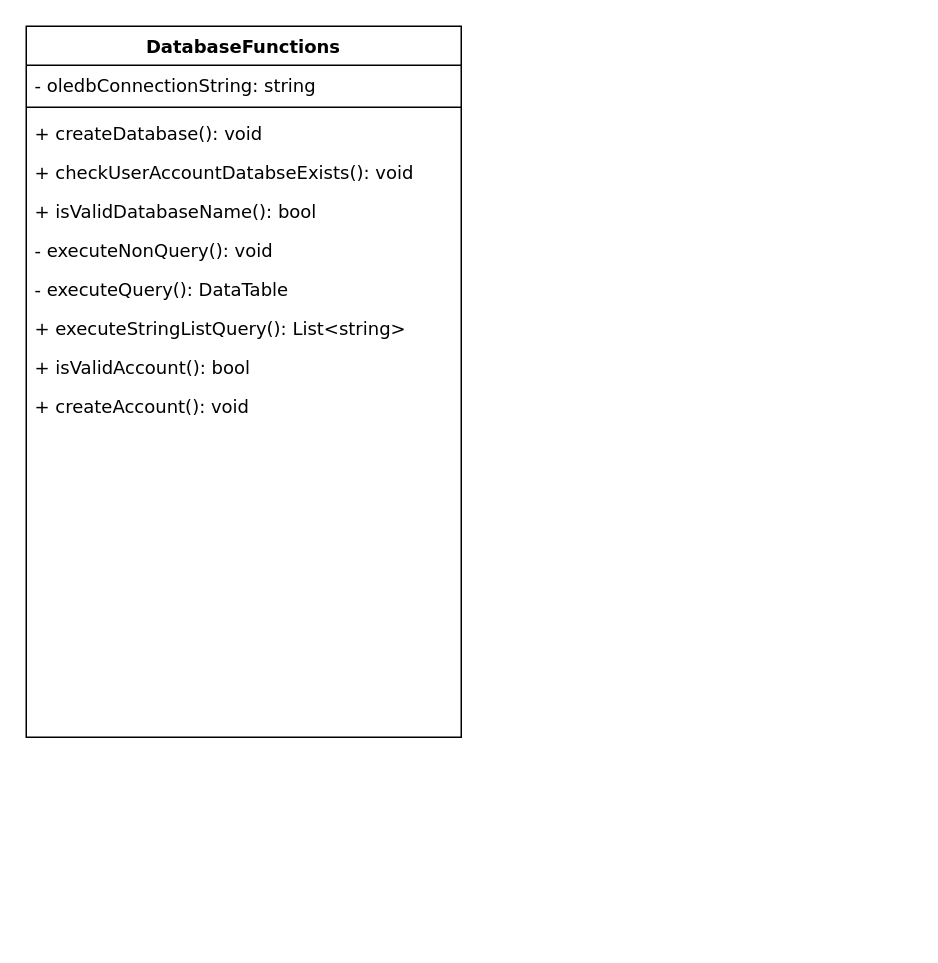
Before: UMLClassDiagram.drawio in Senacen/Critical-Path-Project-Manager-NEA-MS-Access, a draw.io diagram. Source tidied: cells renumbered, new cells numbered last; positions are measured from the earlier drawing's top-left corner, leaving out a move shared by most shapes. Both pictures are drawn from the tidied source at 150%, with x=0, y=0 at pixel (26, 26).
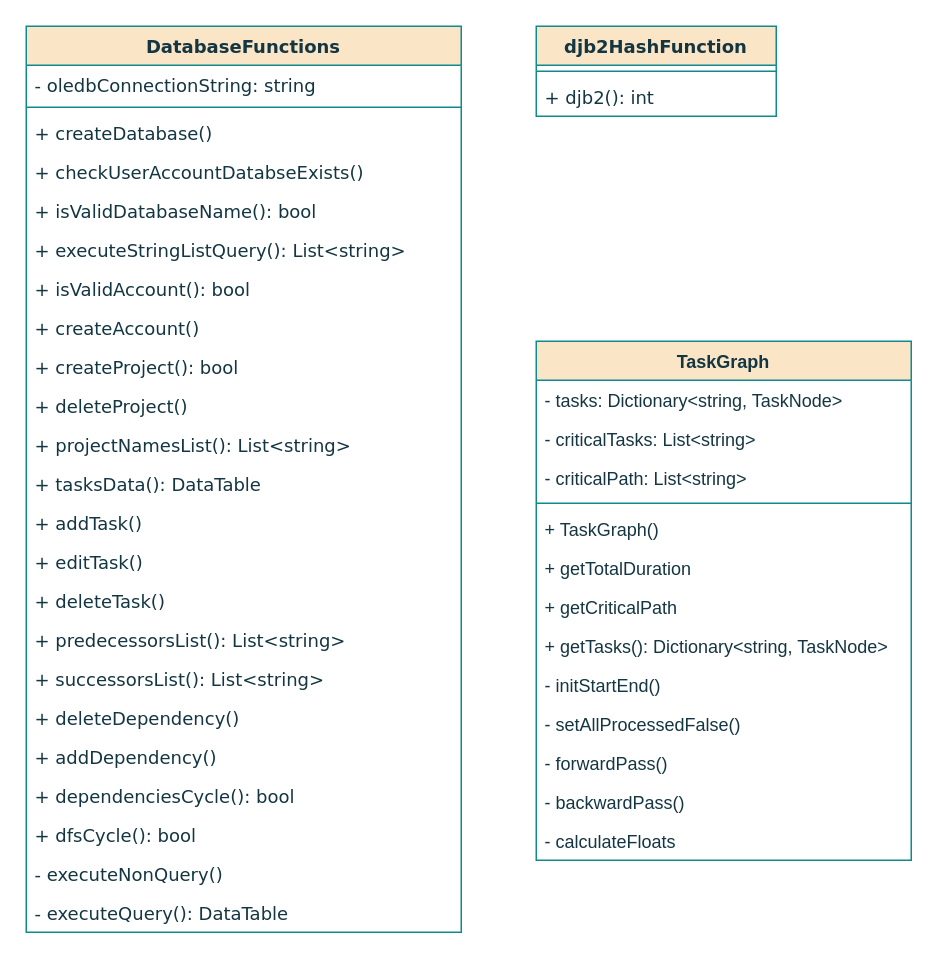
Above is the later version.

What changed in the source:
```diff
@@
-    <mxCell id="2" value="DatabaseFunctions" style="swimlane;fontStyle=1;align=center;verticalAlign=top;horizontal=1;startSize=26;whiteSpace=wrap;html=1;fontFamily=Verdana;" parent="1" vertex="1">
-      <mxGeometry width="290" height="474" as="geometry" />
+    <mxCell id="2" value="DatabaseFunctions" style="swimlane;fontStyle=1;align=center;verticalAlign=top;horizontal=1;startSize=26;whiteSpace=wrap;html=1;fontFamily=Verdana;labelBackgroundColor=none;fillColor=#FAE5C7;strokeColor=#0F8B8D;fontColor=#143642;" parent="1" vertex="1">
+      <mxGeometry width="290" height="604" as="geometry" />
     </mxCell>
-    <mxCell id="3" value="- oledbConnectionString: string" style="text;strokeColor=none;fillColor=none;align=left;verticalAlign=top;spacingLeft=4;spacingRight=4;overflow=hidden;whiteSpace=wrap;html=1;fontFamily=Verdana;" parent="2" vertex="1">
+    <mxCell id="3" value="- oledbConnectionString: string" style="text;strokeColor=none;fillColor=none;align=left;verticalAlign=top;spacingLeft=4;spacingRight=4;overflow=hidden;whiteSpace=wrap;html=1;fontFamily=Verdana;labelBackgroundColor=none;fontColor=#143642;" parent="2" vertex="1">
       <mxGeometry y="26" width="290" height="24" as="geometry" />
     </mxCell>
-    <mxCell id="4" style="line;strokeWidth=1;fillColor=none;align=left;verticalAlign=middle;spacingTop=-1;spacingLeft=3;spacingRight=3;labelPosition=right;strokeColor=inherit;fontFamily=Verdana;" parent="2" vertex="1">
+    <mxCell id="4" style="line;strokeWidth=1;fillColor=none;align=left;verticalAlign=middle;spacingTop=-1;spacingLeft=3;spacingRight=3;labelPosition=right;strokeColor=#0F8B8D;fontFamily=Verdana;labelBackgroundColor=none;fontColor=#143642;" parent="2" vertex="1">
       <mxGeometry y="50" width="290" height="8" as="geometry" />
     </mxCell>
-    <mxCell id="5" value="+ createDatabase(): void" style="text;strokeColor=none;fillColor=none;align=left;verticalAlign=top;spacingLeft=4;spacingRight=4;overflow=hidden;whiteSpace=wrap;html=1;fontFamily=Verdana;" parent="2" vertex="1">
+    <mxCell id="5" value="+ createDatabase()" style="text;strokeColor=none;fillColor=none;align=left;verticalAlign=top;spacingLeft=4;spacingRight=4;overflow=hidden;whiteSpace=wrap;html=1;fontFamily=Verdana;labelBackgroundColor=none;fontColor=#143642;" parent="2" vertex="1">
       <mxGeometry y="58" width="290" height="26" as="geometry" />
     </mxCell>
-    <mxCell id="6" value="+ checkUserAccountDatabseExists(): void" style="text;strokeColor=none;fillColor=none;align=left;verticalAlign=top;spacingLeft=4;spacingRight=4;overflow=hidden;whiteSpace=wrap;html=1;fontFamily=Verdana;" parent="2" vertex="1">
+    <mxCell id="6" value="+ checkUserAccountDatabseExists()" style="text;strokeColor=none;fillColor=none;align=left;verticalAlign=top;spacingLeft=4;spacingRight=4;overflow=hidden;whiteSpace=wrap;html=1;fontFamily=Verdana;labelBackgroundColor=none;fontColor=#143642;" parent="2" vertex="1">
       <mxGeometry y="84" width="290" height="26" as="geometry" />
     </mxCell>
-    <mxCell id="7" value="+ isValidDatabaseName(): bool" style="text;strokeColor=none;fillColor=none;align=left;verticalAlign=top;spacingLeft=4;spacingRight=4;overflow=hidden;whiteSpace=wrap;html=1;fontFamily=Verdana;" parent="2" vertex="1">
+    <mxCell id="7" value="+ isValidDatabaseName(): bool" style="text;strokeColor=none;fillColor=none;align=left;verticalAlign=top;spacingLeft=4;spacingRight=4;overflow=hidden;whiteSpace=wrap;html=1;fontFamily=Verdana;labelBackgroundColor=none;fontColor=#143642;" parent="2" vertex="1">
       <mxGeometry y="110" width="290" height="26" as="geometry" />
     </mxCell>
-    <mxCell id="8" value="- executeNonQuery(): void" style="text;strokeColor=none;fillColor=none;align=left;verticalAlign=top;spacingLeft=4;spacingRight=4;overflow=hidden;whiteSpace=wrap;html=1;fontFamily=Verdana;" parent="2" vertex="1">
-      <mxGeometry y="136" width="290" height="26" as="geometry" />
-    </mxCell>
-    <mxCell id="9" value="- executeQuery(): DataTable" style="text;strokeColor=none;fillColor=none;align=left;verticalAlign=top;spacingLeft=4;spacingRight=4;overflow=hidden;whiteSpace=wrap;html=1;fontFamily=Verdana;" parent="2" vertex="1">
-      <mxGeometry y="162" width="290" height="26" as="geometry" />
-    </mxCell>
-    <mxCell id="10" value="+ executeStringListQuery(): List&amp;lt;string&amp;gt;" style="text;strokeColor=none;fillColor=none;align=left;verticalAlign=top;spacingLeft=4;spacingRight=4;overflow=hidden;whiteSpace=wrap;html=1;fontFamily=Verdana;" parent="2" vertex="1">
-      <mxGeometry y="188" width="290" height="26" as="geometry" />
+    <mxCell id="10" value="+ executeStringListQuery(): List&amp;lt;string&amp;gt;" style="text;strokeColor=none;fillColor=none;align=left;verticalAlign=top;spacingLeft=4;spacingRight=4;overflow=hidden;whiteSpace=wrap;html=1;fontFamily=Verdana;labelBackgroundColor=none;fontColor=#143642;" parent="2" vertex="1">
+      <mxGeometry y="136" width="290" height="26" as="geometry" />
     </mxCell>
-    <mxCell id="11" value="+ isValidAccount(): bool" style="text;strokeColor=none;fillColor=none;align=left;verticalAlign=top;spacingLeft=4;spacingRight=4;overflow=hidden;whiteSpace=wrap;html=1;fontFamily=Verdana;" parent="2" vertex="1">
-      <mxGeometry y="214" width="290" height="26" as="geometry" />
+    <mxCell id="11" value="+ isValidAccount(): bool" style="text;strokeColor=none;fillColor=none;align=left;verticalAlign=top;spacingLeft=4;spacingRight=4;overflow=hidden;whiteSpace=wrap;html=1;fontFamily=Verdana;labelBackgroundColor=none;fontColor=#143642;" parent="2" vertex="1">
+      <mxGeometry y="162" width="290" height="26" as="geometry" />
     </mxCell>
-    <mxCell id="12" value="+ createAccount(): void" style="text;strokeColor=none;fillColor=none;align=left;verticalAlign=top;spacingLeft=4;spacingRight=4;overflow=hidden;whiteSpace=wrap;html=1;fontFamily=Verdana;" parent="2" vertex="1">
-      <mxGeometry y="240" width="290" height="26" as="geometry" />
+    <mxCell id="12" value="+ createAccount()" style="text;strokeColor=none;fillColor=none;align=left;verticalAlign=top;spacingLeft=4;spacingRight=4;overflow=hidden;whiteSpace=wrap;html=1;fontFamily=Verdana;labelBackgroundColor=none;fontColor=#143642;" parent="2" vertex="1">
+      <mxGeometry y="188" width="290" height="26" as="geometry" />
     </mxCell>
-    <mxCell id="13" style="text;strokeColor=none;fillColor=none;align=left;verticalAlign=top;spacingLeft=4;spacingRight=4;overflow=hidden;whiteSpace=wrap;html=1;fontFamily=Verdana;" parent="2" vertex="1">
-      <mxGeometry y="266" width="290" height="26" as="geometry" />
+    <mxCell id="13" value="+ createProject(): bool" style="text;strokeColor=none;fillColor=none;align=left;verticalAlign=top;spacingLeft=4;spacingRight=4;overflow=hidden;whiteSpace=wrap;html=1;fontFamily=Verdana;labelBackgroundColor=none;fontColor=#143642;" parent="2" vertex="1">
+      <mxGeometry y="214" width="290" height="26" as="geometry" />
     </mxCell>
-    <mxCell id="14" style="text;strokeColor=none;fillColor=none;align=left;verticalAlign=top;spacingLeft=4;spacingRight=4;overflow=hidden;whiteSpace=wrap;html=1;fontFamily=Verdana;" parent="2" vertex="1">
-      <mxGeometry y="292" width="290" height="26" as="geometry" />
+    <mxCell id="14" value="+ deleteProject()" style="text;strokeColor=none;fillColor=none;align=left;verticalAlign=top;spacingLeft=4;spacingRight=4;overflow=hidden;whiteSpace=wrap;html=1;fontFamily=Verdana;labelBackgroundColor=none;fontColor=#143642;" parent="2" vertex="1">
+      <mxGeometry y="240" width="290" height="26" as="geometry" />
     </mxCell>
-    <mxCell id="15" style="text;strokeColor=none;fillColor=none;align=left;verticalAlign=top;spacingLeft=4;spacingRight=4;overflow=hidden;whiteSpace=wrap;html=1;fontFamily=Verdana;" parent="2" vertex="1">
-      <mxGeometry y="318" width="290" height="26" as="geometry" />
+    <mxCell id="15" value="+ projectNamesList(): List&amp;lt;string&amp;gt;" style="text;strokeColor=none;fillColor=none;align=left;verticalAlign=top;spacingLeft=4;spacingRight=4;overflow=hidden;whiteSpace=wrap;html=1;fontFamily=Verdana;labelBackgroundColor=none;fontColor=#143642;" parent="2" vertex="1">
+      <mxGeometry y="266" width="290" height="26" as="geometry" />
     </mxCell>
-    <mxCell id="16" style="text;strokeColor=none;fillColor=none;align=left;verticalAlign=top;spacingLeft=4;spacingRight=4;overflow=hidden;whiteSpace=wrap;html=1;fontFamily=Verdana;" parent="2" vertex="1">
-      <mxGeometry y="344" width="290" height="26" as="geometry" />
+    <mxCell id="16" value="+ tasksData(): DataTable" style="text;strokeColor=none;fillColor=none;align=left;verticalAlign=top;spacingLeft=4;spacingRight=4;overflow=hidden;whiteSpace=wrap;html=1;fontFamily=Verdana;labelBackgroundColor=none;fontColor=#143642;" parent="2" vertex="1">
+      <mxGeometry y="292" width="290" height="26" as="geometry" />
     </mxCell>
-    <mxCell id="17" style="text;strokeColor=none;fillColor=none;align=left;verticalAlign=top;spacingLeft=4;spacingRight=4;overflow=hidden;whiteSpace=wrap;html=1;fontFamily=Verdana;" parent="2" vertex="1">
-      <mxGeometry y="370" width="290" height="26" as="geometry" />
+    <mxCell id="17" value="+ addTask()" style="text;strokeColor=none;fillColor=none;align=left;verticalAlign=top;spacingLeft=4;spacingRight=4;overflow=hidden;whiteSpace=wrap;html=1;fontFamily=Verdana;labelBackgroundColor=none;fontColor=#143642;" parent="2" vertex="1">
+      <mxGeometry y="318" width="290" height="26" as="geometry" />
     </mxCell>
-    <mxCell id="18" style="text;strokeColor=none;fillColor=none;align=left;verticalAlign=top;spacingLeft=4;spacingRight=4;overflow=hidden;whiteSpace=wrap;html=1;fontFamily=Verdana;" parent="2" vertex="1">
-      <mxGeometry y="396" width="290" height="26" as="geometry" />
+    <mxCell id="18" value="+ editTask()" style="text;strokeColor=none;fillColor=none;align=left;verticalAlign=top;spacingLeft=4;spacingRight=4;overflow=hidden;whiteSpace=wrap;html=1;fontFamily=Verdana;labelBackgroundColor=none;fontColor=#143642;" parent="2" vertex="1">
+      <mxGeometry y="344" width="290" height="26" as="geometry" />
     </mxCell>
-    <mxCell id="19" style="text;strokeColor=none;fillColor=none;align=left;verticalAlign=top;spacingLeft=4;spacingRight=4;overflow=hidden;whiteSpace=wrap;html=1;fontFamily=Verdana;" parent="2" vertex="1">
-      <mxGeometry y="422" width="290" height="26" as="geometry" />
+    <mxCell id="19" value="+ deleteTask()" style="text;strokeColor=none;fillColor=none;align=left;verticalAlign=top;spacingLeft=4;spacingRight=4;overflow=hidden;whiteSpace=wrap;html=1;fontFamily=Verdana;labelBackgroundColor=none;fontColor=#143642;" parent="2" vertex="1">
+      <mxGeometry y="370" width="290" height="26" as="geometry" />
     </mxCell>
-    <mxCell id="20" style="text;strokeColor=none;fillColor=none;align=left;verticalAlign=top;spacingLeft=4;spacingRight=4;overflow=hidden;whiteSpace=wrap;html=1;fontFamily=Verdana;" parent="2" vertex="1">
-      <mxGeometry y="448" width="290" height="26" as="geometry" />
+    <mxCell id="20" value="+ predecessorsList(): List&amp;lt;string&amp;gt;" style="text;strokeColor=none;fillColor=none;align=left;verticalAlign=top;spacingLeft=4;spacingRight=4;overflow=hidden;whiteSpace=wrap;html=1;fontFamily=Verdana;labelBackgroundColor=none;fontColor=#143642;" parent="2" vertex="1">
+      <mxGeometry y="396" width="290" height="26" as="geometry" />
     </mxCell>
+    <mxCell id="21" value="+ successorsList(): List&amp;lt;string&amp;gt;" style="text;strokeColor=none;fillColor=none;align=left;verticalAlign=top;spacingLeft=4;spacingRight=4;overflow=hidden;whiteSpace=wrap;html=1;fontFamily=Verdana;labelBackgroundColor=none;fontColor=#143642;" parent="2" vertex="1">
+      <mxGeometry y="422" width="290" height="26" as="geometry" />
+    </mxCell>
+    <mxCell id="22" value="+ deleteDependency()" style="text;strokeColor=none;fillColor=none;align=left;verticalAlign=top;spacingLeft=4;spacingRight=4;overflow=hidden;whiteSpace=wrap;html=1;fontFamily=Verdana;labelBackgroundColor=none;fontColor=#143642;" parent="2" vertex="1">
+      <mxGeometry y="448" width="290" height="26" as="geometry" />
+    </mxCell>
+    <mxCell id="23" value="+ addDependency()" style="text;strokeColor=none;fillColor=none;align=left;verticalAlign=top;spacingLeft=4;spacingRight=4;overflow=hidden;whiteSpace=wrap;html=1;fontFamily=Verdana;labelBackgroundColor=none;fontColor=#143642;" parent="2" vertex="1">
+      <mxGeometry y="474" width="290" height="26" as="geometry" />
+    </mxCell>
+    <mxCell id="24" value="+ dependenciesCycle(): bool" style="text;strokeColor=none;fillColor=none;align=left;verticalAlign=top;spacingLeft=4;spacingRight=4;overflow=hidden;whiteSpace=wrap;html=1;fontFamily=Verdana;labelBackgroundColor=none;fontColor=#143642;" parent="2" vertex="1">
+      <mxGeometry y="500" width="290" height="26" as="geometry" />
+    </mxCell>
+    <mxCell id="25" value="+ dfsCycle(): bool" style="text;strokeColor=none;fillColor=none;align=left;verticalAlign=top;spacingLeft=4;spacingRight=4;overflow=hidden;whiteSpace=wrap;html=1;fontFamily=Verdana;labelBackgroundColor=none;fontColor=#143642;" parent="2" vertex="1">
+      <mxGeometry y="526" width="290" height="26" as="geometry" />
+    </mxCell>
+    <mxCell id="8" value="- executeNonQuery()" style="text;strokeColor=none;fillColor=none;align=left;verticalAlign=top;spacingLeft=4;spacingRight=4;overflow=hidden;whiteSpace=wrap;html=1;fontFamily=Verdana;labelBackgroundColor=none;fontColor=#143642;" parent="2" vertex="1">
+      <mxGeometry y="552" width="290" height="26" as="geometry" />
+    </mxCell>
+    <mxCell id="9" value="- executeQuery(): DataTable" style="text;strokeColor=none;fillColor=none;align=left;verticalAlign=top;spacingLeft=4;spacingRight=4;overflow=hidden;whiteSpace=wrap;html=1;fontFamily=Verdana;labelBackgroundColor=none;fontColor=#143642;" parent="2" vertex="1">
+      <mxGeometry y="578" width="290" height="26" as="geometry" />
+    </mxCell>
+    <mxCell id="26" value="djb2HashFunction" style="swimlane;fontStyle=1;align=center;verticalAlign=top;horizontal=1;startSize=26;whiteSpace=wrap;html=1;fontFamily=Verdana;labelBackgroundColor=none;fillColor=#FAE5C7;strokeColor=#0F8B8D;fontColor=#143642;" parent="1" vertex="1">
+      <mxGeometry x="340" width="160" height="60" as="geometry" />
+    </mxCell>
+    <mxCell id="27" style="line;strokeWidth=1;fillColor=none;align=left;verticalAlign=middle;spacingTop=-1;spacingLeft=3;spacingRight=3;labelPosition=right;strokeColor=#0F8B8D;fontFamily=Verdana;labelBackgroundColor=none;fontColor=#143642;" parent="26" vertex="1">
+      <mxGeometry y="26" width="160" height="8" as="geometry" />
+    </mxCell>
+    <mxCell id="28" value="+ djb2(): int" style="text;strokeColor=none;fillColor=none;align=left;verticalAlign=top;spacingLeft=4;spacingRight=4;overflow=hidden;whiteSpace=wrap;html=1;fontFamily=Verdana;labelBackgroundColor=none;fontColor=#143642;" parent="26" vertex="1">
+      <mxGeometry y="34" width="160" height="26" as="geometry" />
+    </mxCell>
+    <mxCell id="29" value="TaskGraph" style="swimlane;fontStyle=1;align=center;verticalAlign=top;horizontal=1;startSize=26;whiteSpace=wrap;html=1;strokeColor=#0F8B8D;fontColor=#143642;fillColor=#FAE5C7;" parent="1" vertex="1">
+      <mxGeometry x="340" y="210" width="250" height="346" as="geometry" />
+    </mxCell>
+    <mxCell id="30" value="- tasks: Dictionary&amp;lt;string, TaskNode&amp;gt;&amp;nbsp;" style="text;strokeColor=none;fillColor=none;align=left;verticalAlign=top;spacingLeft=4;spacingRight=4;overflow=hidden;whiteSpace=wrap;html=1;fontColor=#143642;" parent="29" vertex="1">
+      <mxGeometry y="26" width="250" height="26" as="geometry" />
+    </mxCell>
+    <mxCell id="31" value="- criticalTasks: List&amp;lt;string&amp;gt;" style="text;strokeColor=none;fillColor=none;align=left;verticalAlign=top;spacingLeft=4;spacingRight=4;overflow=hidden;whiteSpace=wrap;html=1;fontColor=#143642;" parent="29" vertex="1">
+      <mxGeometry y="52" width="250" height="26" as="geometry" />
+    </mxCell>
+    <mxCell id="32" value="- criticalPath: List&amp;lt;string&amp;gt;" style="text;strokeColor=none;fillColor=none;align=left;verticalAlign=top;spacingLeft=4;spacingRight=4;overflow=hidden;whiteSpace=wrap;html=1;fontColor=#143642;" parent="29" vertex="1">
+      <mxGeometry y="78" width="250" height="26" as="geometry" />
+    </mxCell>
+    <mxCell id="33" style="line;strokeWidth=1;fillColor=none;align=left;verticalAlign=middle;spacingTop=-1;spacingLeft=3;spacingRight=3;labelPosition=right;strokeColor=inherit;fontColor=#143642;" parent="29" vertex="1">
+      <mxGeometry y="104" width="250" height="8" as="geometry" />
+    </mxCell>
+    <mxCell id="34" value="+ TaskGraph()" style="text;strokeColor=none;fillColor=none;align=left;verticalAlign=top;spacingLeft=4;spacingRight=4;overflow=hidden;whiteSpace=wrap;html=1;fontColor=#143642;" parent="29" vertex="1">
+      <mxGeometry y="112" width="250" height="26" as="geometry" />
+    </mxCell>
+    <mxCell id="35" value="+ getTotalDuration" style="text;strokeColor=none;fillColor=none;align=left;verticalAlign=top;spacingLeft=4;spacingRight=4;overflow=hidden;whiteSpace=wrap;html=1;fontColor=#143642;" parent="29" vertex="1">
+      <mxGeometry y="138" width="250" height="26" as="geometry" />
+    </mxCell>
+    <mxCell id="36" value="+ getCriticalPath" style="text;strokeColor=none;fillColor=none;align=left;verticalAlign=top;spacingLeft=4;spacingRight=4;overflow=hidden;whiteSpace=wrap;html=1;fontColor=#143642;" parent="29" vertex="1">
+      <mxGeometry y="164" width="250" height="26" as="geometry" />
+    </mxCell>
+    <mxCell id="37" value="+ getTasks(): Dictionary&amp;lt;string, TaskNode&amp;gt;" style="text;strokeColor=none;fillColor=none;align=left;verticalAlign=top;spacingLeft=4;spacingRight=4;overflow=hidden;whiteSpace=wrap;html=1;fontColor=#143642;" parent="29" vertex="1">
+      <mxGeometry y="190" width="250" height="26" as="geometry" />
+    </mxCell>
+    <mxCell id="38" value="- initStartEnd()" style="text;strokeColor=none;fillColor=none;align=left;verticalAlign=top;spacingLeft=4;spacingRight=4;overflow=hidden;whiteSpace=wrap;html=1;fontColor=#143642;" parent="29" vertex="1">
+      <mxGeometry y="216" width="250" height="26" as="geometry" />
+    </mxCell>
+    <mxCell id="39" value="- setAllProcessedFalse()" style="text;strokeColor=none;fillColor=none;align=left;verticalAlign=top;spacingLeft=4;spacingRight=4;overflow=hidden;whiteSpace=wrap;html=1;fontColor=#143642;" parent="29" vertex="1">
+      <mxGeometry y="242" width="250" height="26" as="geometry" />
+    </mxCell>
+    <mxCell id="40" value="- forwardPass()" style="text;strokeColor=none;fillColor=none;align=left;verticalAlign=top;spacingLeft=4;spacingRight=4;overflow=hidden;whiteSpace=wrap;html=1;fontColor=#143642;" parent="29" vertex="1">
+      <mxGeometry y="268" width="250" height="26" as="geometry" />
+    </mxCell>
+    <mxCell id="41" value="- backwardPass()" style="text;strokeColor=none;fillColor=none;align=left;verticalAlign=top;spacingLeft=4;spacingRight=4;overflow=hidden;whiteSpace=wrap;html=1;fontColor=#143642;" parent="29" vertex="1">
+      <mxGeometry y="294" width="250" height="26" as="geometry" />
+    </mxCell>
+    <mxCell id="42" value="- calculateFloats" style="text;strokeColor=none;fillColor=none;align=left;verticalAlign=top;spacingLeft=4;spacingRight=4;overflow=hidden;whiteSpace=wrap;html=1;fontColor=#143642;" parent="29" vertex="1">
+      <mxGeometry y="320" width="250" height="26" as="geometry" />
+    </mxCell>
```
